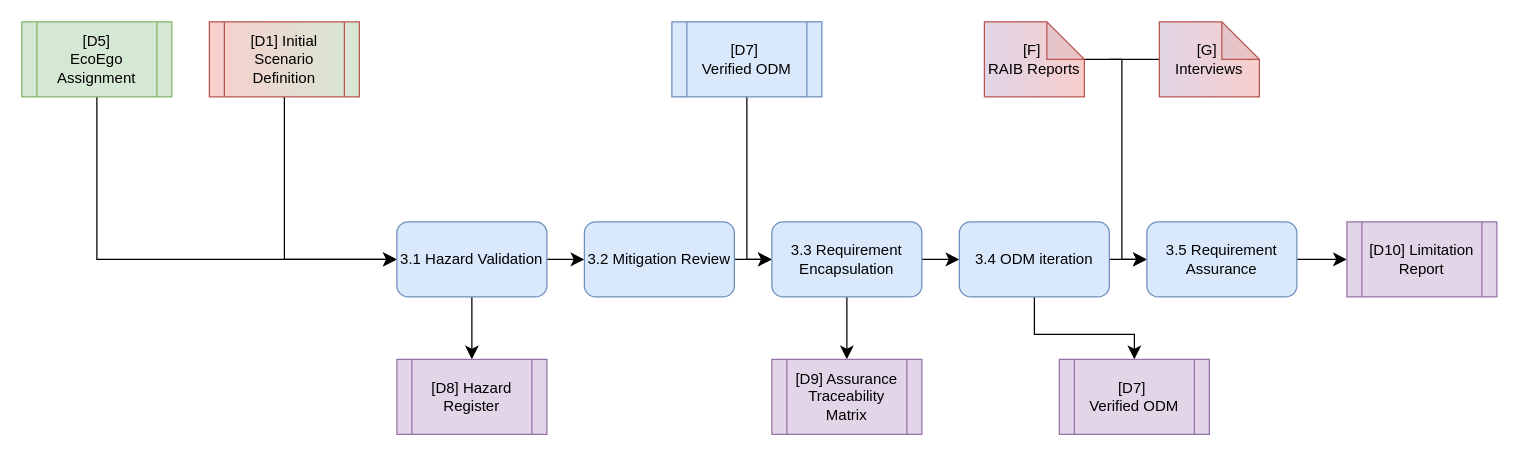
This is public/diagrams/step-3.drawio from TortoiseFather/sacred-site, a draw.io file, before an edit. Source tidied: cells renumbered, new cells numbered last; positions are measured from the earlier drawing's top-left corner, leaving out a move shared by most shapes. Both pictures are drawn from the tidied source at 125%, with x=0, y=0 at pixel (21, 21).
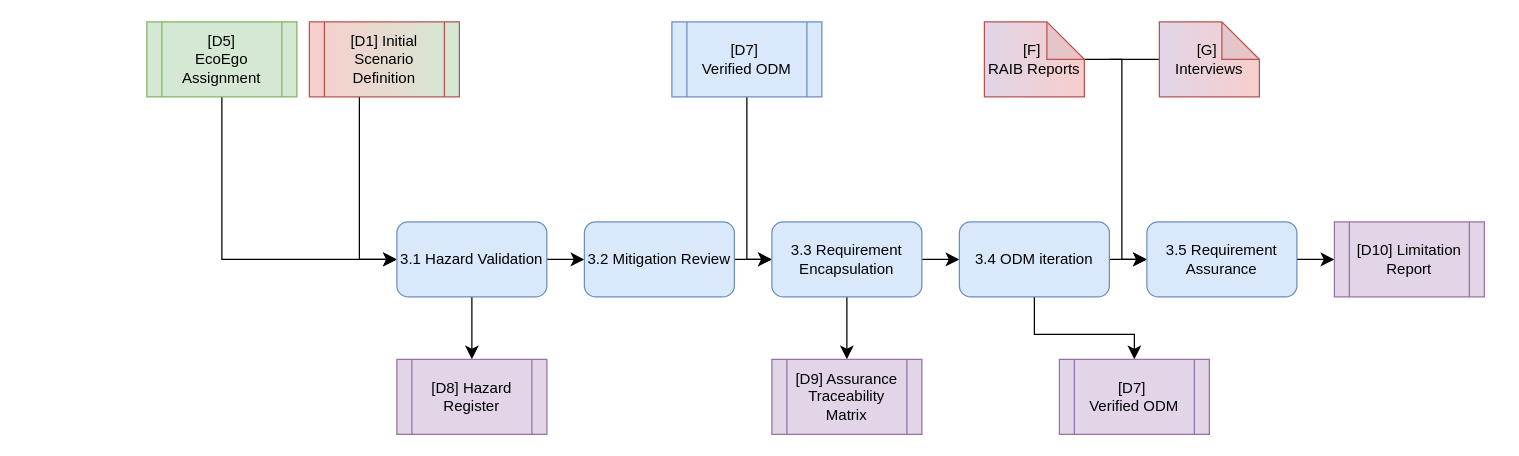
The same page after the edit.

The change refers to these unchanged cells:
```xml
<mxCell id="12" value="3.1 Hazard Validation" style="rounded=1;whiteSpace=wrap;html=1;fillColor=#dae8fc;strokeColor=#6c8ebf;" parent="1" vertex="1">
  <mxGeometry x="300" y="160" width="120" height="60" as="geometry" />
</mxCell>
```

Change to the diagram source:
```diff
@@
-    <mxCell id="2" style="edgeStyle=none;curved=0;rounded=0;jettySize=auto;html=1;entryX=0;entryY=0.5;entryDx=0;entryDy=0;fontSize=12;startSize=8;endSize=8;" parent="1" edge="1" source="3" target="12">
+    <mxCell id="2" style="edgeStyle=none;curved=0;rounded=0;jettySize=auto;html=1;entryX=0;entryY=0.5;entryDx=0;entryDy=0;fontSize=12;startSize=8;endSize=8;" parent="1" edge="1" target="12">
       <mxGeometry relative="1" as="geometry">
+        <mxPoint x="270" y="50" as="sourcePoint" />
         <Array as="points">
-          <mxPoint x="210" y="190" />
+          <mxPoint x="270" y="190" />
         </Array>
       </mxGeometry>
     </mxCell>
     <mxCell id="3" value="[D1] Initial Scenario Definition" style="shape=process;whiteSpace=wrap;html=1;backgroundOutline=1;fillColor=#f8cecc;strokeColor=#b85450;gradientColor=#D5E8D4;gradientDirection=east;" parent="1" vertex="1">
-      <mxGeometry x="150" width="120" height="60" as="geometry" />
+      <mxGeometry x="230" width="120" height="60" as="geometry" />
     </mxCell>
     <mxCell id="4" style="edgeStyle=none;curved=0;rounded=0;jettySize=auto;html=1;fontSize=12;startSize=8;endSize=8;" parent="1" edge="1" source="5">
       <mxGeometry relative="1" as="geometry">
         <mxPoint x="300" y="190" as="targetPoint" />
         <Array as="points">
-          <mxPoint x="60" y="190" />
+          <mxPoint x="160" y="190" />
         </Array>
       </mxGeometry>
     </mxCell>
     <mxCell id="5" value="&lt;div&gt;[D5]&lt;/div&gt;&lt;div&gt;EcoEgo Assignment&lt;/div&gt;" style="shape=process;whiteSpace=wrap;html=1;backgroundOutline=1;fillColor=#d5e8d4;strokeColor=#82b366;" parent="1" vertex="1">
-      <mxGeometry width="120" height="60" as="geometry" />
+      <mxGeometry x="100" width="120" height="60" as="geometry" />
     </mxCell>
@@
     <mxCell id="27" value="[D10] Limitation Report" style="shape=process;whiteSpace=wrap;html=1;backgroundOutline=1;fillColor=#e1d5e7;strokeColor=#9673a6;" parent="1" vertex="1">
-      <mxGeometry x="1060" y="160" width="120" height="60" as="geometry" />
+      <mxGeometry x="1050" y="160" width="120" height="60" as="geometry" />
     </mxCell>
```
